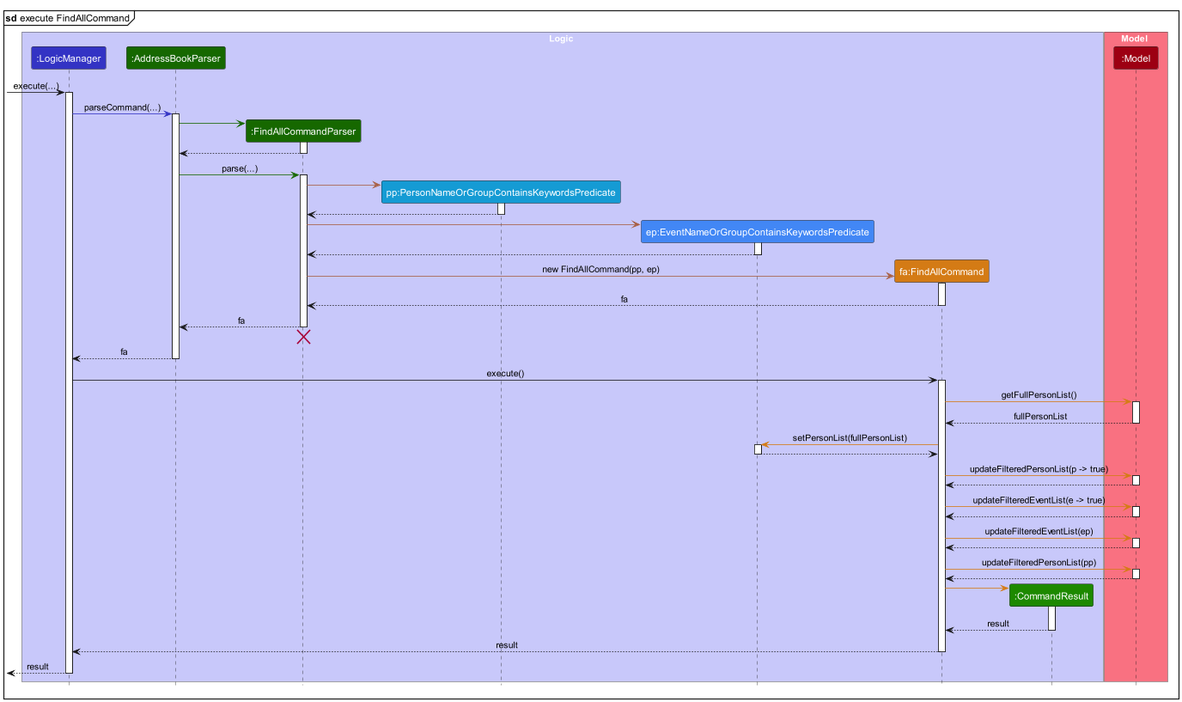
Above: docs/images/FindAllSequenceDiagram.png in nus-cs2103-AY2324S1/tp (PlantUML), before the change.
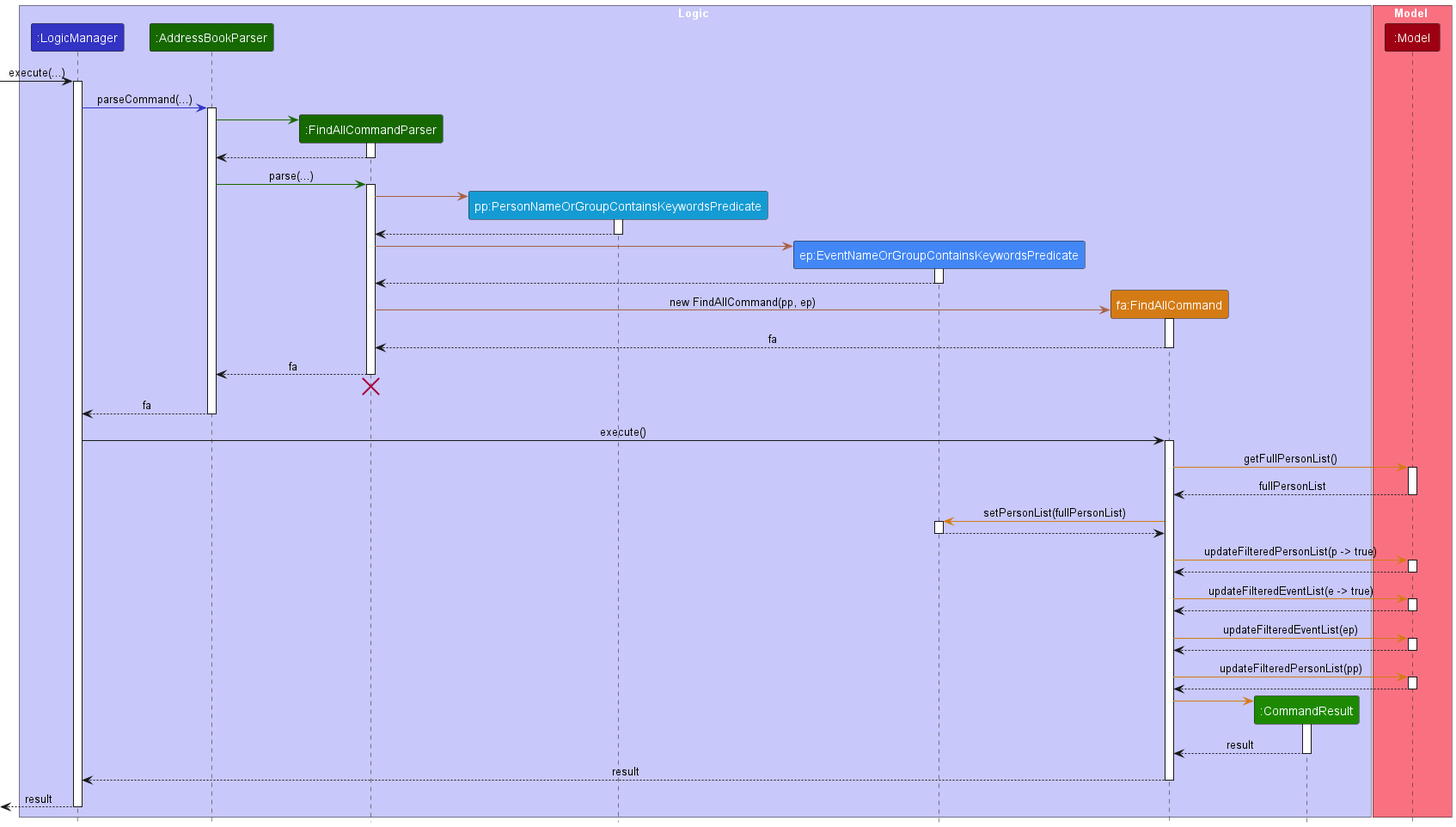
After the change.

Commit message:
Fix sequence diagram bugs

Diff of the diagram source:
```diff
@@ -1,8 +1,6 @@
 @startuml
 !include style.puml
 skinparam ArrowFontStyle plain
-
-mainframe **sd** execute FindAllCommand
 
 box Logic LOGIC_COLOR_T1
 participant ":LogicManager" as Logic LOGIC_COLOR
```
